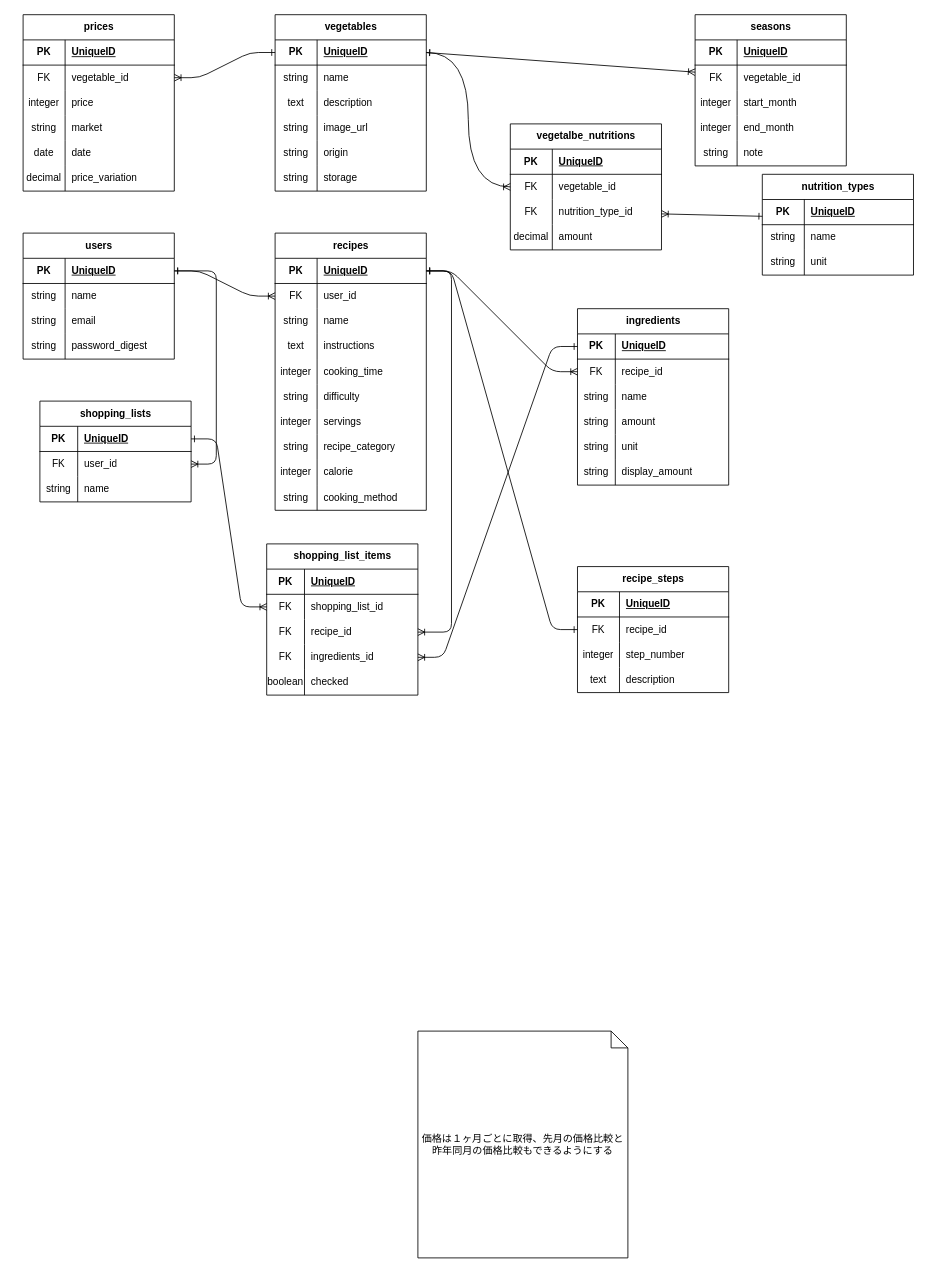
Above: vegeguide.dio in pekoemood/vegeguide-docs (draw.io), before the change. Source tidied: cells renumbered, new cells numbered last; positions are measured from the earlier drawing's top-left corner, leaving out a move shared by most shapes. Both pictures are drawn from the tidied source at 84%, with x=0, y=0 at pixel (14, 14).
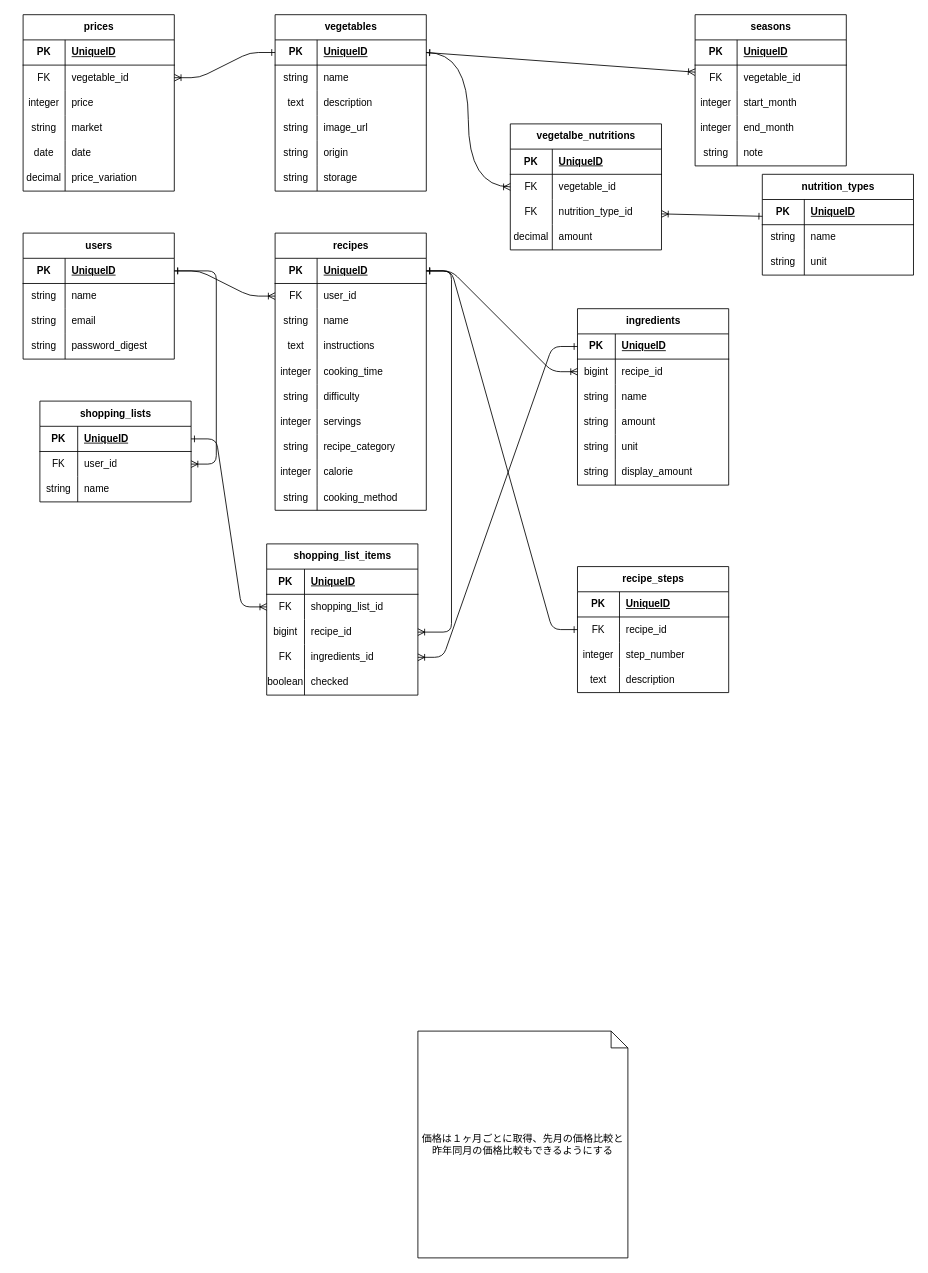
The same diagram, later.

Unchanged cells that the change refers to:
```xml
<mxCell id="100" style="shape=tableRow;horizontal=0;startSize=0;swimlaneHead=0;swimlaneBody=0;fillColor=none;points=[[0,0.5],[1,0.5]];portConstraint=eastwest;top=0;left=0;right=0;bottom=0;" parent="96" vertex="1">
  <mxGeometry y="60" width="180" height="30" as="geometry" />
</mxCell>
<mxCell id="167" style="shape=tableRow;horizontal=0;startSize=0;swimlaneHead=0;swimlaneBody=0;fillColor=none;points=[[0,0.5],[1,0.5]];portConstraint=eastwest;top=0;left=0;right=0;bottom=0;" parent="160" vertex="1">
  <mxGeometry y="90" width="180" height="30" as="geometry" />
</mxCell>
```

What changed in the source:
```diff
@@
-    <mxCell id="101" value="FK" style="shape=partialRectangle;fillColor=none;top=0;left=0;bottom=0;right=0;overflow=hidden;whiteSpace=wrap;html=1;" parent="100" vertex="1">
+    <mxCell id="101" value="bigint" style="shape=partialRectangle;fillColor=none;top=0;left=0;bottom=0;right=0;overflow=hidden;whiteSpace=wrap;html=1;" parent="100" vertex="1">
       <mxGeometry width="45" height="30" as="geometry" />
     </mxCell>
@@
-    <mxCell id="168" value="FK" style="shape=partialRectangle;fillColor=none;top=0;left=0;bottom=0;right=0;overflow=hidden;whiteSpace=wrap;html=1;" parent="167" vertex="1">
+    <mxCell id="168" value="bigint" style="shape=partialRectangle;fillColor=none;top=0;left=0;bottom=0;right=0;overflow=hidden;whiteSpace=wrap;html=1;" parent="167" vertex="1">
       <mxGeometry width="45" height="30" as="geometry" />
     </mxCell>
```
